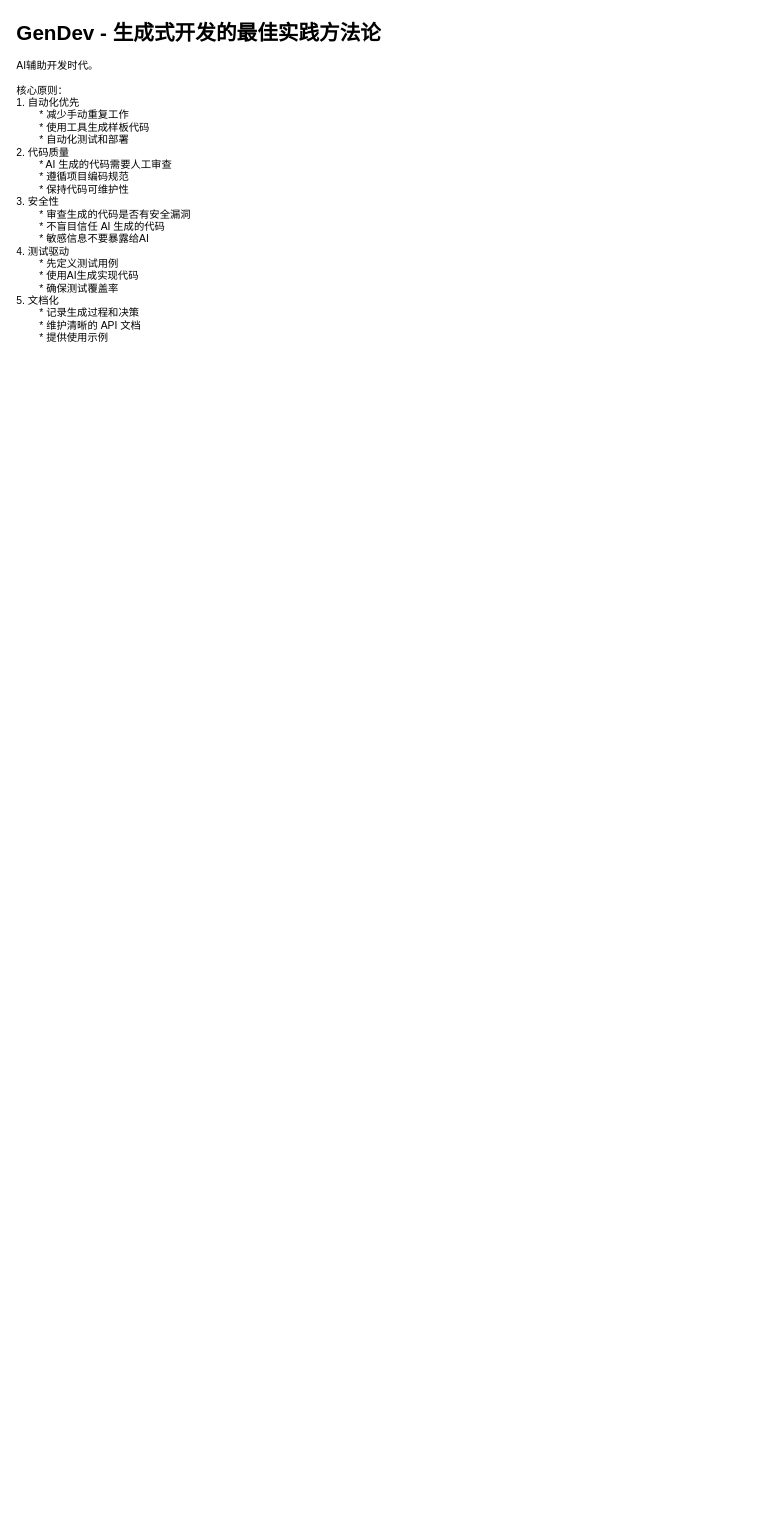
Above: AI开发实践.drawio in it-sos/ai-devops (draw.io), before the change. Source tidied: cells renumbered, new cells numbered last; positions are measured from the earlier drawing's top-left corner, leaving out a move shared by most shapes. Both pictures are drawn from the tidied source at 86%, with x=0, y=0 at pixel (15, 15).
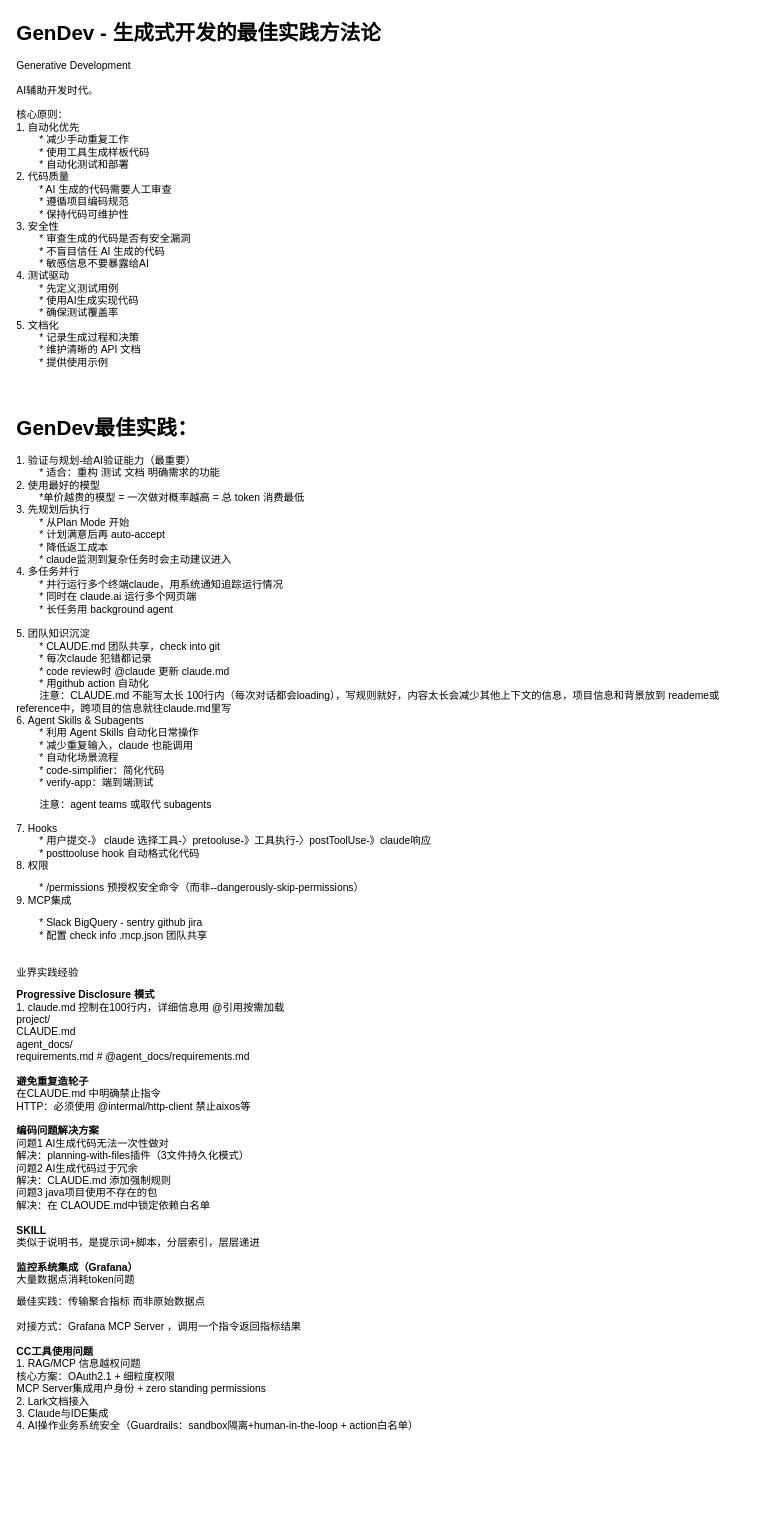
After the change.

Commit message (it also covers changes not shown here):
更新AI开发实践.drawio

Diff of the diagram source:
```diff
@@
 <mxGraphModel>
   <root>
     <mxCell id="0" />
     <mxCell id="1" parent="0" />
-    <mxCell id="2" value="&lt;h1 style=&quot;margin-top: 0px;&quot;&gt;GenDev - 生成式开发的最佳实践方法论&lt;/h1&gt;&lt;div&gt;AI辅助开发时代。&lt;/div&gt;&lt;div&gt;&lt;br&gt;&lt;/div&gt;&lt;div&gt;核心原则：&lt;/div&gt;&lt;div&gt;1. 自动化优先&lt;/div&gt;&lt;div&gt;&lt;span style=&quot;white-space: pre;&quot;&gt;&#9;&lt;/span&gt;* 减少手动重复工作&lt;br&gt;&lt;/div&gt;&lt;div&gt;&lt;span style=&quot;white-space: pre;&quot;&gt;&#9;&lt;/span&gt;* 使用工具生成样板代码&lt;br&gt;&lt;/div&gt;&lt;div&gt;&lt;span style=&quot;white-space: pre;&quot;&gt;&#9;&lt;/span&gt;* 自动化测试和部署&lt;br&gt;&lt;/div&gt;&lt;div&gt;2. 代码质量&lt;/div&gt;&lt;div&gt;&lt;span style=&quot;white-space: pre;&quot;&gt;&#9;&lt;/span&gt;* AI 生成的代码需要人工审查&lt;br&gt;&lt;/div&gt;&lt;div&gt;&lt;span style=&quot;white-space: pre;&quot;&gt;&#9;&lt;/span&gt;* 遵循项目编码规范&lt;br&gt;&lt;span style=&quot;white-space: pre;&quot;&gt;&#9;&lt;/span&gt;* 保持代码可维护性&lt;br&gt;&lt;/div&gt;&lt;div&gt;3. 安全性&lt;/div&gt;&lt;div&gt;&lt;span style=&quot;white-space: pre;&quot;&gt;&#9;&lt;/span&gt;* 审查生成的代码是否有安全漏洞&lt;br&gt;&lt;span style=&quot;white-space: pre;&quot;&gt;&#9;&lt;/span&gt;* 不盲目信任 AI 生成的代码&lt;br&gt;&lt;span style=&quot;white-space: pre;&quot;&gt;&#9;&lt;/span&gt;* 敏感信息不要暴露给AI&lt;br&gt;&lt;/div&gt;&lt;div&gt;4. 测试驱动&lt;/div&gt;&lt;div&gt;&lt;span style=&quot;white-space: pre;&quot;&gt;&#9;&lt;/span&gt;* 先定义测试用例&lt;br&gt;&lt;/div&gt;&lt;div&gt;&lt;span style=&quot;white-space: pre;&quot;&gt;&#9;&lt;/span&gt;* 使用AI生成实现代码&lt;br&gt;&lt;/div&gt;&lt;div&gt;&lt;span style=&quot;white-space: pre;&quot;&gt;&#9;&lt;/span&gt;* 确保测试覆盖率&lt;br&gt;&lt;/div&gt;&lt;div&gt;5. 文档化&lt;/div&gt;&lt;div&gt;&lt;span style=&quot;white-space: pre;&quot;&gt;&#9;&lt;/span&gt;* 记录生成过程和决策&lt;br&gt;&lt;/div&gt;&lt;div&gt;&lt;span style=&quot;white-space: pre;&quot;&gt;&#9;&lt;/span&gt;* 维护清晰的 API 文档&lt;br&gt;&lt;/div&gt;&lt;div&gt;&lt;span style=&quot;white-space: pre;&quot;&gt;&#9;&lt;/span&gt;* 提供使用示例&lt;br&gt;&lt;/div&gt;" style="text;html=1;whiteSpace=wrap;overflow=hidden;rounded=0;" parent="1" vertex="1">
-      <mxGeometry width="520" height="400" as="geometry" />
+    <mxCell id="2" value="&lt;h1 style=&quot;margin-top: 0px;&quot;&gt;GenDev - 生成式开发的最佳实践方法论&lt;/h1&gt;&lt;div&gt;Generative Development&lt;/div&gt;&lt;div&gt;&lt;br&gt;&lt;/div&gt;&lt;div&gt;AI辅助开发时代。&lt;/div&gt;&lt;div&gt;&lt;br&gt;&lt;/div&gt;&lt;div&gt;核心原则：&lt;/div&gt;&lt;div&gt;1. 自动化优先&lt;/div&gt;&lt;div&gt;&lt;span style=&quot;white-space: pre;&quot;&gt;&#9;&lt;/span&gt;* 减少手动重复工作&lt;br&gt;&lt;/div&gt;&lt;div&gt;&lt;span style=&quot;white-space: pre;&quot;&gt;&#9;&lt;/span&gt;* 使用工具生成样板代码&lt;br&gt;&lt;/div&gt;&lt;div&gt;&lt;span style=&quot;white-space: pre;&quot;&gt;&#9;&lt;/span&gt;* 自动化测试和部署&lt;br&gt;&lt;/div&gt;&lt;div&gt;2. 代码质量&lt;/div&gt;&lt;div&gt;&lt;span style=&quot;white-space: pre;&quot;&gt;&#9;&lt;/span&gt;* AI 生成的代码需要人工审查&lt;br&gt;&lt;/div&gt;&lt;div&gt;&lt;span style=&quot;white-space: pre;&quot;&gt;&#9;&lt;/span&gt;* 遵循项目编码规范&lt;br&gt;&lt;span style=&quot;white-space: pre;&quot;&gt;&#9;&lt;/span&gt;* 保持代码可维护性&lt;br&gt;&lt;/div&gt;&lt;div&gt;3. 安全性&lt;/div&gt;&lt;div&gt;&lt;span style=&quot;white-space: pre;&quot;&gt;&#9;&lt;/span&gt;* 审查生成的代码是否有安全漏洞&lt;br&gt;&lt;span style=&quot;white-space: pre;&quot;&gt;&#9;&lt;/span&gt;* 不盲目信任 AI 生成的代码&lt;br&gt;&lt;span style=&quot;white-space: pre;&quot;&gt;&#9;&lt;/span&gt;* 敏感信息不要暴露给AI&lt;br&gt;&lt;/div&gt;&lt;div&gt;4. 测试驱动&lt;/div&gt;&lt;div&gt;&lt;span style=&quot;white-space: pre;&quot;&gt;&#9;&lt;/span&gt;* 先定义测试用例&lt;br&gt;&lt;/div&gt;&lt;div&gt;&lt;span style=&quot;white-space: pre;&quot;&gt;&#9;&lt;/span&gt;* 使用AI生成实现代码&lt;br&gt;&lt;/div&gt;&lt;div&gt;&lt;span style=&quot;white-space: pre;&quot;&gt;&#9;&lt;/span&gt;* 确保测试覆盖率&lt;br&gt;&lt;/div&gt;&lt;div&gt;5. 文档化&lt;/div&gt;&lt;div&gt;&lt;span style=&quot;white-space: pre;&quot;&gt;&#9;&lt;/span&gt;* 记录生成过程和决策&lt;br&gt;&lt;/div&gt;&lt;div&gt;&lt;span style=&quot;white-space: pre;&quot;&gt;&#9;&lt;/span&gt;* 维护清晰的 API 文档&lt;br&gt;&lt;/div&gt;&lt;div&gt;&lt;span style=&quot;white-space: pre;&quot;&gt;&#9;&lt;/span&gt;* 提供使用示例&lt;br&gt;&lt;/div&gt;" style="text;html=1;whiteSpace=wrap;overflow=hidden;rounded=0;" parent="1" vertex="1">
+      <mxGeometry width="520" height="430" as="geometry" />
     </mxCell>
+    <mxCell id="3" value="&lt;h1 style=&quot;margin-top: 0px;&quot;&gt;GenDev最佳实践：&lt;/h1&gt;&lt;p&gt;1. 验证与规划-给AI验证能力（最重要）&lt;br&gt;&lt;span style=&quot;white-space: pre;&quot;&gt;&#9;&lt;/span&gt;* 适合：重构 测试 文档 明确需求的功能&lt;br&gt;2. 使用最好的模型&lt;br&gt;&lt;span style=&quot;background-color: transparent; color: light-dark(rgb(0, 0, 0), rgb(255, 255, 255)); white-space: pre;&quot;&gt;&#9;&lt;/span&gt;&lt;span style=&quot;background-color: transparent; color: light-dark(rgb(0, 0, 0), rgb(255, 255, 255));&quot;&gt;*单价越贵的模型 = 一次做对概率越高 = 总 token 消费最低&lt;br&gt;3. 先规划后执行&lt;br&gt;&lt;span style=&quot;white-space: pre;&quot;&gt;&#9;&lt;/span&gt;* 从Plan Mode 开始&lt;br&gt;&lt;span style=&quot;white-space: pre;&quot;&gt;&#9;&lt;/span&gt;* 计划满意后再 auto-accept&lt;br&gt;&lt;span style=&quot;white-space: pre;&quot;&gt;&#9;&lt;/span&gt;* 降低返工成本&lt;br&gt;&lt;span style=&quot;white-space: pre;&quot;&gt;&#9;&lt;/span&gt;* claude监测到复杂任务时会主动建议进入&lt;br&gt;4. 多任务并行&lt;br&gt;&lt;/span&gt;&lt;span style=&quot;background-color: transparent; color: light-dark(rgb(0, 0, 0), rgb(255, 255, 255)); white-space: pre;&quot;&gt;&#9;&lt;/span&gt;&lt;span style=&quot;background-color: transparent; color: light-dark(rgb(0, 0, 0), rgb(255, 255, 255));&quot;&gt;* 并行运行多个终端claude，用系统通知追踪运行情况&lt;br&gt;&lt;span style=&quot;white-space: pre;&quot;&gt;&#9;&lt;/span&gt;* 同时在 claude.ai 运行多个网页端&lt;br&gt;&lt;span style=&quot;white-space: pre;&quot;&gt;&#9;&lt;/span&gt;* 长任务用 background agent&lt;br&gt;&lt;br&gt;5. 团队知识沉淀&lt;br&gt;&lt;span style=&quot;white-space: pre;&quot;&gt;&#9;&lt;/span&gt;* CLAUDE.md 团队共享，check into git&lt;br&gt;&lt;span style=&quot;white-space: pre;&quot;&gt;&#9;&lt;/span&gt;* 每次claude 犯错都记录&lt;br&gt;&lt;span style=&quot;white-space: pre;&quot;&gt;&#9;&lt;/span&gt;* code review时 @claude 更新 claude.md&lt;br&gt;&lt;span style=&quot;white-space: pre;&quot;&gt;&#9;&lt;/span&gt;* 用github action 自动化&lt;br&gt;&lt;span style=&quot;white-space: pre;&quot;&gt;&#9;&lt;/span&gt;注意：CLAUDE.md 不能写太长 100行内（每次对话都会loading），写规则就好，内容太长会减少其他上下文的信息，项目信息和背景放到 reademe或reference中，跨项目的信息就往claude.md里写&lt;br&gt;6. Agent Skills &amp;amp; Subagents&lt;br&gt;&lt;span style=&quot;white-space: pre;&quot;&gt;&#9;&lt;/span&gt;* 利用 Agent Skills 自动化日常操作&lt;br&gt;&lt;span style=&quot;white-space: pre;&quot;&gt;&#9;&lt;/span&gt;* 减少重复输入，claude 也能调用&lt;br&gt;&lt;span style=&quot;white-space: pre;&quot;&gt;&#9;&lt;/span&gt;* 自动化场景流程&lt;br&gt;&lt;span style=&quot;white-space: pre;&quot;&gt;&#9;&lt;/span&gt;* code-simplifier：简化代码&lt;br&gt;&lt;span style=&quot;white-space: pre;&quot;&gt;&#9;&lt;/span&gt;* verify-app：端到端测试&lt;br&gt;&lt;/span&gt;&lt;/p&gt;&lt;p&gt;&lt;span style=&quot;background-color: transparent; color: light-dark(rgb(0, 0, 0), rgb(255, 255, 255));&quot;&gt;&lt;span style=&quot;white-space: pre;&quot;&gt;&#9;&lt;/span&gt;注意：agent teams 或取代 subagents&lt;br&gt;&lt;/span&gt;&lt;/p&gt;&lt;p&gt;7. Hooks&lt;br&gt;&lt;span style=&quot;white-space: pre;&quot;&gt;&#9;&lt;/span&gt;* 用户提交-》 claude 选择工具-〉pretooluse-》工具执行-〉postToolUse-》claude响应&lt;br&gt;&lt;span style=&quot;white-space: pre;&quot;&gt;&#9;&lt;/span&gt;* posttooluse hook 自动格式化代码&lt;br&gt;8. 权限&lt;/p&gt;&lt;p&gt;&lt;span style=&quot;white-space: pre;&quot;&gt;&#9;&lt;/span&gt;* /permissions 预授权安全命令（而非--dangerously-skip-permissions）&lt;br&gt;9. MCP集成&lt;/p&gt;&lt;p&gt;&lt;span style=&quot;white-space: pre;&quot;&gt;&#9;&lt;/span&gt;* Slack BigQuery - sentry github jira&lt;br&gt;&lt;span style=&quot;white-space: pre;&quot;&gt;&#9;&lt;/span&gt;* 配置 check info .mcp.json 团队共享&lt;br&gt;&lt;br&gt;&lt;br&gt;业界实践经验&lt;/p&gt;&lt;p&gt;&lt;b&gt;Progressive Disclosure 模式&lt;/b&gt;&lt;br&gt;1. claude.md 控制在100行内，详细信息用 @引用按需加载&lt;br&gt;project/&lt;br&gt;CLAUDE.md&lt;br&gt;agent_docs/&lt;br&gt;requirements.md # @agent_docs/requirements.md&lt;br&gt;&lt;br&gt;&lt;b&gt;避免重复造轮子&lt;br&gt;&lt;/b&gt;在CLAUDE.md 中明确禁止指令&lt;br&gt;HTTP：必须使用 @intermal/http-client 禁止aixos等&lt;br&gt;&lt;br&gt;&lt;b&gt;编码问题解决方案&lt;br&gt;&lt;/b&gt;问题1 AI生成代码无法一次性做对&lt;br&gt;解决：planning-with-files插件（3文件持久化模式）&lt;br&gt;问题2 AI生成代码过于冗余&lt;br&gt;解决：CLAUDE.md 添加强制规则&lt;br&gt;问题3 java项目使用不存在的包&lt;br&gt;解决：在 CLAOUDE.md中锁定依赖白名单&lt;br&gt;&lt;br&gt;&lt;b&gt;SKILL&lt;/b&gt;&lt;br&gt;类似于说明书，是提示词+脚本，分层索引，层层递进&lt;br&gt;&lt;br&gt;&lt;b&gt;监控系统集成（Grafana）&lt;br&gt;&lt;/b&gt;大量数据点消耗token问题&lt;/p&gt;&lt;p&gt;最佳实践：传输聚合指标 而非原始数据点&lt;br&gt;&lt;br&gt;对接方式：Grafana MCP Server ，调用一个指令返回指标结果&lt;br&gt;&lt;br&gt;&lt;b&gt;CC工具使用问题&lt;br&gt;&lt;/b&gt;1. RAG/MCP 信息越权问题&lt;br&gt;核心方案：OAuth2.1 + 细粒度权限&lt;br&gt;MCP Server集成用户身份 + zero standing permissions&lt;br&gt;2. Lark文档接入&lt;br&gt;3. Claude与IDE集成&lt;br&gt;4. AI操作业务系统安全（Guardrails：sandbox隔离+human-in-the-loop + action白名单）&lt;br&gt;&lt;br&gt;&lt;br&gt;&lt;/p&gt;" style="text;html=1;whiteSpace=wrap;overflow=hidden;rounded=0;" parent="1" vertex="1">
+      <mxGeometry y="460" width="853.3" height="1280" as="geometry" />
+    </mxCell>
   </root>
 </mxGraphModel>
```
